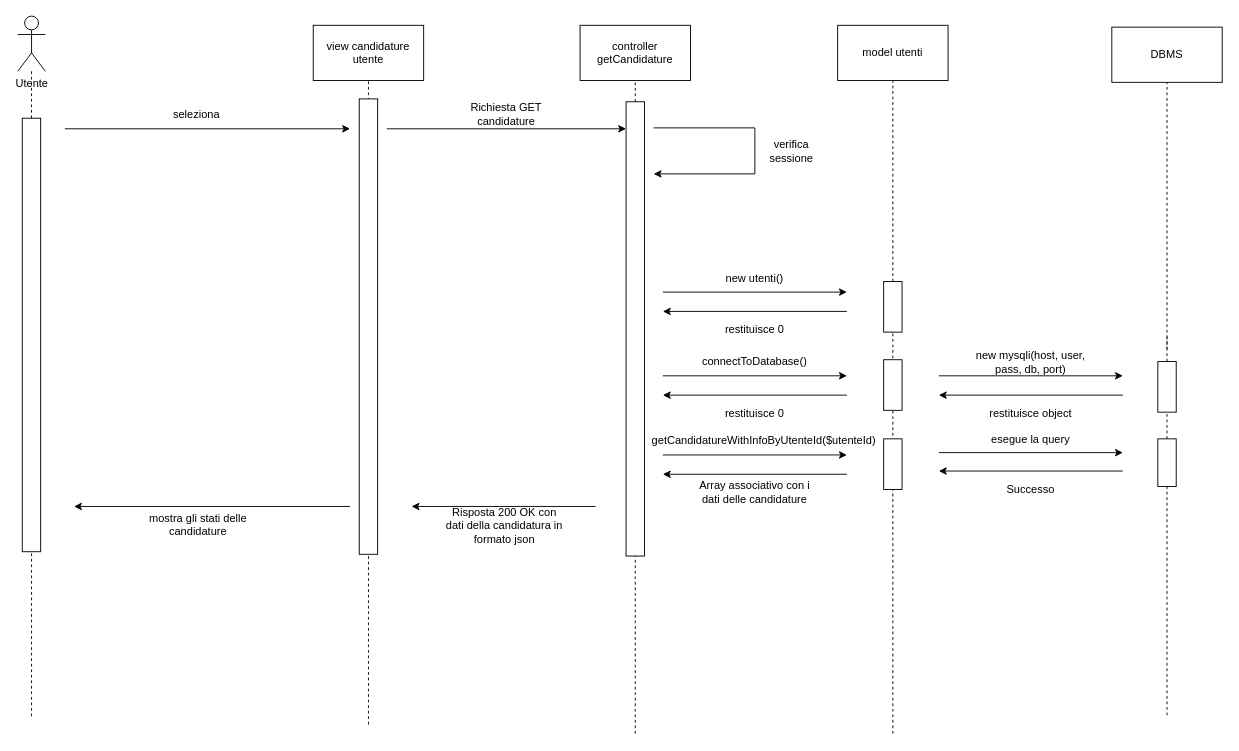
This is schemi/user/mostra stato candidatura.drawio from Mute491/bitByte, a draw.io file, before an edit. Source tidied: cells renumbered, new cells numbered last; positions are measured from the earlier drawing's top-left corner, leaving out a move shared by most shapes. Both pictures are drawn from the tidied source at 92%, with x=0, y=0 at pixel (-186, 16).
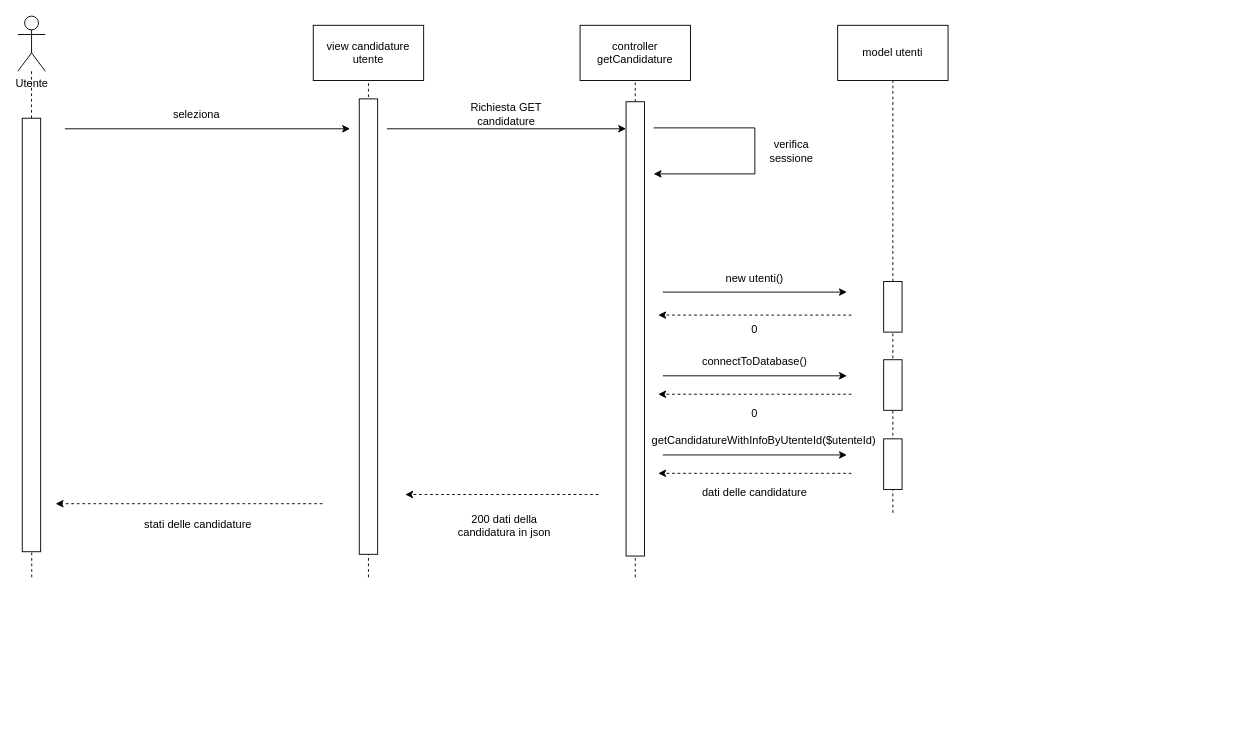
Above is the later version.

Unchanged cells that the change refers to:
```xml
<mxCell id="15" style="rounded=0;whiteSpace=wrap;html=1;rotation=90;" parent="1" vertex="1">
  <mxGeometry x="1144.5" y="306" width="55" height="20" as="geometry" />
</mxCell>
<mxCell id="26" value="view candidature utente" style="rounded=0;whiteSpace=wrap;html=1;" parent="1" vertex="1">
  <mxGeometry x="542" y="10" width="120" height="60" as="geometry" />
</mxCell>
<mxCell id="31" style="rounded=0;whiteSpace=wrap;html=1;rotation=90;" parent="1" vertex="1">
  <mxGeometry x="0.1" y="336.6" width="471.2" height="20" as="geometry" />
</mxCell>
<mxCell id="40" style="rounded=0;whiteSpace=wrap;html=1;rotation=90;" parent="1" vertex="1">
  <mxGeometry x="645.1" y="330" width="493.8" height="20" as="geometry" />
</mxCell>
```

What changed in the source:
```diff
@@
-    <mxCell id="12" style="endArrow=classic;html=1;rounded=0;" parent="1" edge="1">
-      <mxGeometry relative="1" as="geometry">
-        <mxPoint x="1122" y="321" as="sourcePoint" />
-        <mxPoint x="922" y="321" as="targetPoint" />
-      </mxGeometry>
-    </mxCell>
-    <mxCell id="13" value="restituisce 0" style="text;html=1;align=center;verticalAlign=middle;whiteSpace=wrap;rounded=0;" parent="1" vertex="1">
+    <mxCell id="13" value="0" style="text;html=1;align=center;verticalAlign=middle;whiteSpace=wrap;rounded=0;" parent="1" vertex="1">
       <mxGeometry x="952" y="326" width="140" height="30" as="geometry" />
     </mxCell>
     <mxCell id="14" style="endArrow=none;dashed=1;html=1;rounded=0;" parent="1" edge="1" target="15">
       <mxGeometry relative="1" as="geometry">
-        <mxPoint x="1172" y="780" as="sourcePoint" />
+        <mxPoint x="1172" y="540" as="sourcePoint" />
       </mxGeometry>
     </mxCell>
@@
-    <mxCell id="18" style="endArrow=classic;html=1;rounded=0;" parent="1" edge="1">
-      <mxGeometry relative="1" as="geometry">
-        <mxPoint x="1122" y="412" as="sourcePoint" />
-        <mxPoint x="922" y="412" as="targetPoint" />
-      </mxGeometry>
-    </mxCell>
-    <mxCell id="19" value="restituisce 0" style="text;html=1;align=center;verticalAlign=middle;whiteSpace=wrap;rounded=0;" parent="1" vertex="1">
+    <mxCell id="19" value="0" style="text;html=1;align=center;verticalAlign=middle;whiteSpace=wrap;rounded=0;" parent="1" vertex="1">
       <mxGeometry x="952" y="417" width="140" height="30" as="geometry" />
     </mxCell>
@@
-    <mxCell id="23" style="endArrow=classic;html=1;rounded=0;" parent="1" edge="1">
-      <mxGeometry relative="1" as="geometry">
-        <mxPoint x="1122" y="498" as="sourcePoint" />
-        <mxPoint x="922" y="498" as="targetPoint" />
-      </mxGeometry>
-    </mxCell>
-    <mxCell id="24" value="Array associativo con i dati delle candidature" style="text;html=1;align=center;verticalAlign=middle;whiteSpace=wrap;rounded=0;" parent="1" vertex="1">
+    <mxCell id="24" value="dati delle candidature" style="text;html=1;align=center;verticalAlign=middle;whiteSpace=wrap;rounded=0;" parent="1" vertex="1">
       <mxGeometry x="952" y="503" width="140" height="30" as="geometry" />
     </mxCell>
@@
     <mxCell id="27" style="endArrow=none;dashed=1;html=1;rounded=0;entryX=0.5;entryY=1;entryDx=0;entryDy=0;" parent="1" edge="1" target="26">
       <mxGeometry relative="1" as="geometry">
-        <mxPoint x="602" y="770" as="sourcePoint" />
+        <mxPoint x="602" y="610" as="sourcePoint" />
       </mxGeometry>
     </mxCell>
-    <mxCell id="28" style="endArrow=classic;html=1;rounded=0;" parent="1" edge="1">
-      <mxGeometry relative="1" as="geometry">
-        <mxPoint x="848.9" y="533" as="sourcePoint" />
-        <mxPoint x="648.9" y="533" as="targetPoint" />
-      </mxGeometry>
-    </mxCell>
-    <mxCell id="29" value="Risposta 200 OK con dati della candidatura in formato json" style="text;html=1;align=center;verticalAlign=middle;whiteSpace=wrap;rounded=0;" parent="1" vertex="1">
+    <mxCell id="29" value="200 dati della candidatura in json" style="text;html=1;align=center;verticalAlign=middle;whiteSpace=wrap;rounded=0;" parent="1" vertex="1">
       <mxGeometry x="685.1" y="539" width="130" height="30" as="geometry" />
     </mxCell>
     <mxCell id="30" style="endArrow=none;dashed=1;html=1;rounded=0;" parent="1" edge="1" target="31">
       <mxGeometry relative="1" as="geometry">
-        <mxPoint x="235.8" y="761" as="sourcePoint" />
+        <mxPoint x="236" y="610" as="sourcePoint" />
         <Array as="points">
           <mxPoint x="235.8" y="301" />
         </Array>
       </mxGeometry>
     </mxCell>
@@
-    <mxCell id="34" style="endArrow=classic;html=1;rounded=0;" parent="1" edge="1">
-      <mxGeometry relative="1" as="geometry">
-        <mxPoint x="582" y="533" as="sourcePoint" />
-        <mxPoint x="282" y="533" as="targetPoint" />
-      </mxGeometry>
-    </mxCell>
-    <mxCell id="35" value="mostra gli stati delle candidature" style="text;html=1;align=center;verticalAlign=middle;whiteSpace=wrap;rounded=0;" parent="1" vertex="1">
+    <mxCell id="35" value="stati delle candidature" style="text;html=1;align=center;verticalAlign=middle;whiteSpace=wrap;rounded=0;" parent="1" vertex="1">
       <mxGeometry x="352" y="538" width="130" height="30" as="geometry" />
     </mxCell>
@@
     <mxCell id="39" style="endArrow=none;dashed=1;html=1;rounded=0;" parent="1" edge="1" target="40">
       <mxGeometry relative="1" as="geometry">
-        <mxPoint x="892" y="780" as="sourcePoint" />
+        <mxPoint x="892" y="610" as="sourcePoint" />
       </mxGeometry>
     </mxCell>
@@
-    <mxCell id="41" value="DBMS" style="rounded=0;whiteSpace=wrap;html=1;" parent="1" vertex="1">
-      <mxGeometry x="1410" y="12" width="120" height="60" as="geometry" />
-    </mxCell>
-    <mxCell id="42" style="endArrow=none;dashed=1;html=1;rounded=0;entryX=0.5;entryY=1;entryDx=0;entryDy=0;" parent="1" edge="1" target="41">
-      <mxGeometry relative="1" as="geometry">
-        <mxPoint x="1470" y="362" as="sourcePoint" />
-      </mxGeometry>
-    </mxCell>
-    <mxCell id="43" style="endArrow=none;dashed=1;html=1;rounded=0;" parent="1" edge="1" source="46">
-      <mxGeometry relative="1" as="geometry">
-        <mxPoint x="1470" y="345.5" as="targetPoint" />
-      </mxGeometry>
-    </mxCell>
-    <mxCell id="44" style="rounded=0;whiteSpace=wrap;html=1;rotation=90;" parent="1" vertex="1">
-      <mxGeometry x="1442.5" y="393" width="55" height="20" as="geometry" />
-    </mxCell>
-    <mxCell id="45" style="endArrow=none;dashed=1;html=1;rounded=0;" parent="1" edge="1" target="46">
-      <mxGeometry relative="1" as="geometry">
-        <mxPoint x="1470" y="760" as="sourcePoint" />
-      </mxGeometry>
-    </mxCell>
-    <mxCell id="46" style="rounded=0;whiteSpace=wrap;html=1;rotation=90;" parent="1" vertex="1">
-      <mxGeometry x="1444.1" y="475.4" width="51.8" height="20" as="geometry" />
-    </mxCell>
-    <mxCell id="47" style="endArrow=classic;html=1;rounded=0;" parent="1" edge="1">
-      <mxGeometry relative="1" as="geometry">
-        <mxPoint x="1222" y="391" as="sourcePoint" />
-        <mxPoint x="1422" y="391" as="targetPoint" />
-      </mxGeometry>
-    </mxCell>
-    <mxCell id="48" value="new mysqli(host, user, pass, db, port)" style="text;html=1;align=center;verticalAlign=middle;whiteSpace=wrap;rounded=0;" parent="1" vertex="1">
-      <mxGeometry x="1252" y="361" width="140" height="30" as="geometry" />
-    </mxCell>
-    <mxCell id="49" style="endArrow=classic;html=1;rounded=0;" parent="1" edge="1">
-      <mxGeometry relative="1" as="geometry">
-        <mxPoint x="1422" y="412" as="sourcePoint" />
-        <mxPoint x="1222" y="412" as="targetPoint" />
-      </mxGeometry>
-    </mxCell>
-    <mxCell id="50" value="restituisce object" style="text;html=1;align=center;verticalAlign=middle;whiteSpace=wrap;rounded=0;" parent="1" vertex="1">
-      <mxGeometry x="1252" y="417" width="140" height="30" as="geometry" />
-    </mxCell>
-    <mxCell id="51" style="endArrow=classic;html=1;rounded=0;" parent="1" edge="1">
-      <mxGeometry relative="1" as="geometry">
-        <mxPoint x="1222" y="474.5" as="sourcePoint" />
-        <mxPoint x="1422" y="474.5" as="targetPoint" />
-      </mxGeometry>
-    </mxCell>
-    <mxCell id="52" value="esegue la query" style="text;html=1;align=center;verticalAlign=middle;whiteSpace=wrap;rounded=0;" parent="1" vertex="1">
-      <mxGeometry x="1252" y="444.5" width="140" height="30" as="geometry" />
-    </mxCell>
-    <mxCell id="53" style="endArrow=classic;html=1;rounded=0;" parent="1" edge="1">
-      <mxGeometry relative="1" as="geometry">
-        <mxPoint x="1422" y="494.5" as="sourcePoint" />
-        <mxPoint x="1222" y="494.5" as="targetPoint" />
-      </mxGeometry>
-    </mxCell>
-    <mxCell id="54" value="Successo" style="text;html=1;align=center;verticalAlign=middle;whiteSpace=wrap;rounded=0;" parent="1" vertex="1">
-      <mxGeometry x="1252" y="499.5" width="140" height="30" as="geometry" />
-    </mxCell>
+    <mxCell id="55" style="html=1;labelBackgroundColor=#ffffff;startArrow=none;startFill=0;startSize=6;endArrow=classic;endFill=1;endSize=6;jettySize=auto;orthogonalLoop=1;strokeWidth=1;dashed=1;fontSize=14;rounded=0;" parent="1" edge="1">
+      <mxGeometry relative="1" as="geometry">
+        <mxPoint x="552" y="530" as="sourcePoint" />
+        <mxPoint x="262" y="530" as="targetPoint" />
+      </mxGeometry>
+    </mxCell>
+    <mxCell id="56" style="html=1;labelBackgroundColor=#ffffff;startArrow=none;startFill=0;startSize=6;endArrow=classic;endFill=1;endSize=6;jettySize=auto;orthogonalLoop=1;strokeWidth=1;dashed=1;fontSize=14;rounded=0;" parent="1" edge="1">
+      <mxGeometry relative="1" as="geometry">
+        <mxPoint x="852" y="520" as="sourcePoint" />
+        <mxPoint x="642" y="520" as="targetPoint" />
+      </mxGeometry>
+    </mxCell>
+    <mxCell id="57" style="html=1;labelBackgroundColor=#ffffff;startArrow=none;startFill=0;startSize=6;endArrow=classic;endFill=1;endSize=6;jettySize=auto;orthogonalLoop=1;strokeWidth=1;dashed=1;fontSize=14;rounded=0;" parent="1" edge="1">
+      <mxGeometry relative="1" as="geometry">
+        <mxPoint x="1127" y="497" as="sourcePoint" />
+        <mxPoint x="917" y="497" as="targetPoint" />
+      </mxGeometry>
+    </mxCell>
+    <mxCell id="58" style="html=1;labelBackgroundColor=#ffffff;startArrow=none;startFill=0;startSize=6;endArrow=classic;endFill=1;endSize=6;jettySize=auto;orthogonalLoop=1;strokeWidth=1;dashed=1;fontSize=14;rounded=0;" parent="1" edge="1">
+      <mxGeometry relative="1" as="geometry">
+        <mxPoint x="1127" y="411" as="sourcePoint" />
+        <mxPoint x="917" y="411" as="targetPoint" />
+      </mxGeometry>
+    </mxCell>
+    <mxCell id="59" style="html=1;labelBackgroundColor=#ffffff;startArrow=none;startFill=0;startSize=6;endArrow=classic;endFill=1;endSize=6;jettySize=auto;orthogonalLoop=1;strokeWidth=1;dashed=1;fontSize=14;rounded=0;" parent="1" edge="1">
+      <mxGeometry relative="1" as="geometry">
+        <mxPoint x="1127" y="325" as="sourcePoint" />
+        <mxPoint x="917" y="325" as="targetPoint" />
+      </mxGeometry>
+    </mxCell>
```
